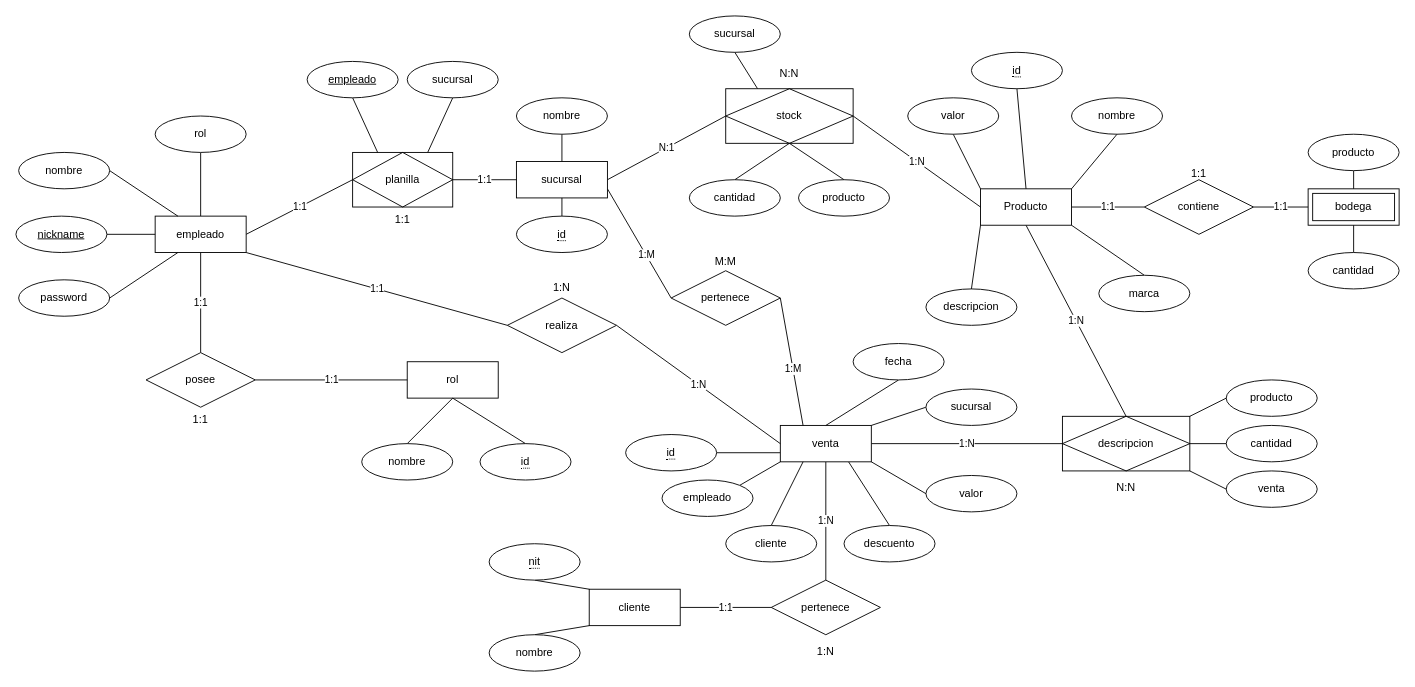
The draw.io diagram recursos_desarollo/entidad_relacion/proyecto1.drawio in cresb-49/PROYECTO1_ARCHIVOS, before the edit. Source tidied: cells renumbered, new cells numbered last; positions are measured from the earlier drawing's top-left corner, leaving out a move shared by most shapes. Both pictures are drawn from the tidied source at 91%, with x=0, y=0 at pixel (15, 15).
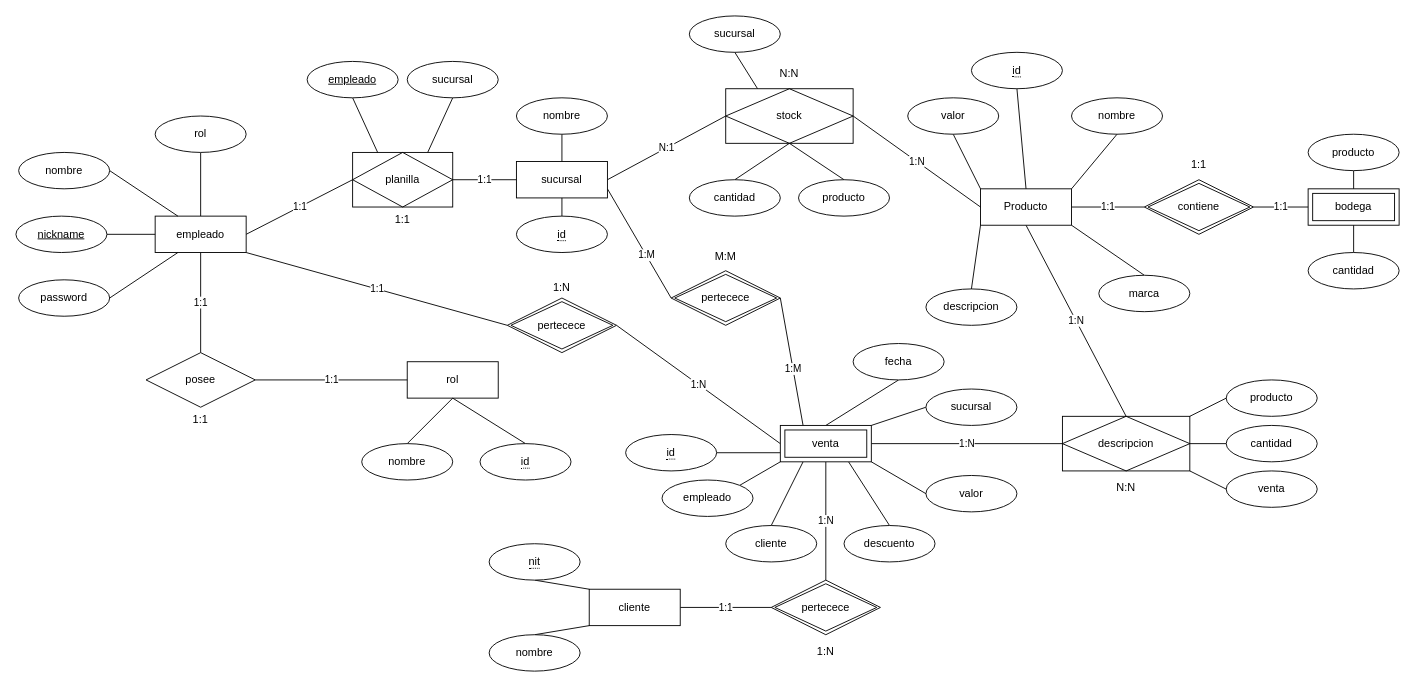
The same diagram, later.

Commit message:
diagrama entidad relacion

The change refers to these unchanged cells:
```xml
<mxCell id="5" value="sucursal" style="whiteSpace=wrap;html=1;align=center;" parent="1" vertex="1">
  <mxGeometry x="550" y="160" width="100" height="40" as="geometry" />
</mxCell>
<mxCell id="15" value="Producto" style="whiteSpace=wrap;html=1;align=center;" parent="1" vertex="1">
  <mxGeometry x="1060" y="190" width="100" height="40" as="geometry" />
</mxCell>
<mxCell id="29" value="bodega" style="shape=ext;margin=3;double=1;whiteSpace=wrap;html=1;align=center;" parent="1" vertex="1">
  <mxGeometry x="1420" y="190" width="100" height="40" as="geometry" />
</mxCell>
<mxCell id="38" value="cliente" style="whiteSpace=wrap;html=1;align=center;" parent="1" vertex="1">
  <mxGeometry x="630" y="630" width="100" height="40" as="geometry" />
</mxCell>
<mxCell id="46" value="empleado" style="whiteSpace=wrap;html=1;align=center;" parent="1" vertex="1">
  <mxGeometry x="153" y="220" width="100" height="40" as="geometry" />
</mxCell>
<mxCell id="68" value="&lt;span style=&quot;border-bottom: 1px dotted&quot;&gt;id&lt;br&gt;&lt;/span&gt;" style="ellipse;whiteSpace=wrap;html=1;align=center;" parent="1" vertex="1">
  <mxGeometry x="670" y="460" width="100" height="40" as="geometry" />
</mxCell>
<mxCell id="69" value="empleado" style="ellipse;whiteSpace=wrap;html=1;align=center;" parent="1" vertex="1">
  <mxGeometry x="710" y="510" width="100" height="40" as="geometry" />
</mxCell>
<mxCell id="70" value="descuento" style="ellipse;whiteSpace=wrap;html=1;align=center;" parent="1" vertex="1">
  <mxGeometry x="910" y="560" width="100" height="40" as="geometry" />
</mxCell>
<mxCell id="75" value="descripcion" style="shape=associativeEntity;whiteSpace=wrap;html=1;align=center;" parent="1" vertex="1">
  <mxGeometry x="1150" y="440" width="140" height="60" as="geometry" />
</mxCell>
<mxCell id="93" value="fecha" style="ellipse;whiteSpace=wrap;html=1;align=center;" parent="1" vertex="1">
  <mxGeometry x="920" y="360" width="100" height="40" as="geometry" />
</mxCell>
<mxCell id="95" value="cliente" style="ellipse;whiteSpace=wrap;html=1;align=center;" parent="1" vertex="1">
  <mxGeometry x="780" y="560" width="100" height="40" as="geometry" />
</mxCell>
<mxCell id="101" value="sucursal" style="ellipse;whiteSpace=wrap;html=1;align=center;" parent="1" vertex="1">
  <mxGeometry x="1000" y="410" width="100" height="40" as="geometry" />
</mxCell>
<mxCell id="102" value="valor" style="ellipse;whiteSpace=wrap;html=1;align=center;" parent="1" vertex="1">
  <mxGeometry x="1000" y="505" width="100" height="40" as="geometry" />
</mxCell>
```

The edit, as a diff of the source:
```diff
@@
-    <mxCell id="3" style="rounded=0;jettySize=auto;html=1;exitX=1;exitY=0.75;exitDx=0;exitDy=0;entryX=0;entryY=0.5;entryDx=0;entryDy=0;endArrow=none;endFill=0;" parent="1" edge="1" source="5" target="105">
-      <mxGeometry relative="1" as="geometry" />
+    <mxCell id="3" style="rounded=0;jettySize=auto;html=1;exitX=1;exitY=0.75;exitDx=0;exitDy=0;entryX=0;entryY=0.5;entryDx=0;entryDy=0;endArrow=none;endFill=0;" parent="1" edge="1" source="5">
+      <mxGeometry relative="1" as="geometry">
+        <mxPoint x="720" y="310" as="targetPoint" />
+      </mxGeometry>
     </mxCell>
@@
-    <mxCell id="13" value="1:1" style="edgeStyle=none;rounded=0;jettySize=auto;html=1;exitX=1;exitY=0.5;exitDx=0;exitDy=0;entryX=0;entryY=0.5;entryDx=0;entryDy=0;endArrow=none;endFill=0;" parent="1" edge="1" source="15" target="35">
-      <mxGeometry relative="1" as="geometry" />
+    <mxCell id="13" value="1:1" style="edgeStyle=none;rounded=0;jettySize=auto;html=1;exitX=1;exitY=0.5;exitDx=0;exitDy=0;entryX=0;entryY=0.5;entryDx=0;entryDy=0;endArrow=none;endFill=0;" parent="1" edge="1" source="15">
+      <mxGeometry relative="1" as="geometry">
+        <mxPoint x="1240" y="210" as="targetPoint" />
+      </mxGeometry>
     </mxCell>
@@
-    <mxCell id="34" value="1:1" style="edgeStyle=none;rounded=0;jettySize=auto;html=1;exitX=1;exitY=0.5;exitDx=0;exitDy=0;entryX=0;entryY=0.5;entryDx=0;entryDy=0;endArrow=none;endFill=0;" parent="1" edge="1" source="35" target="29">
-      <mxGeometry relative="1" as="geometry" />
+    <mxCell id="34" value="1:1" style="edgeStyle=none;rounded=0;jettySize=auto;html=1;exitX=1;exitY=0.5;exitDx=0;exitDy=0;entryX=0;entryY=0.5;entryDx=0;entryDy=0;endArrow=none;endFill=0;" parent="1" edge="1" target="29">
+      <mxGeometry relative="1" as="geometry">
+        <mxPoint x="1360" y="210" as="sourcePoint" />
+      </mxGeometry>
     </mxCell>
-    <mxCell id="35" value="contiene" style="shape=rhombus;perimeter=rhombusPerimeter;whiteSpace=wrap;html=1;align=center;" parent="1" vertex="1">
-      <mxGeometry x="1240" y="180" width="120" height="60" as="geometry" />
-    </mxCell>
@@
-    <mxCell id="37" value="1:1" style="edgeStyle=none;rounded=0;jettySize=auto;html=1;exitX=1;exitY=0.5;exitDx=0;exitDy=0;entryX=0;entryY=0.5;entryDx=0;entryDy=0;endArrow=none;endFill=0;" parent="1" edge="1" source="38" target="76">
-      <mxGeometry relative="1" as="geometry" />
+    <mxCell id="37" value="1:1" style="edgeStyle=none;rounded=0;jettySize=auto;html=1;exitX=1;exitY=0.5;exitDx=0;exitDy=0;entryX=0;entryY=0.5;entryDx=0;entryDy=0;endArrow=none;endFill=0;" parent="1" edge="1" source="38">
+      <mxGeometry relative="1" as="geometry">
+        <mxPoint x="830" y="650" as="targetPoint" />
+      </mxGeometry>
     </mxCell>
@@
-    <mxCell id="45" value="1:1" style="edgeStyle=none;rounded=0;jettySize=auto;html=1;exitX=1;exitY=1;exitDx=0;exitDy=0;entryX=0;entryY=0.5;entryDx=0;entryDy=0;endArrow=none;endFill=0;" parent="1" edge="1" source="46" target="72">
-      <mxGeometry relative="1" as="geometry" />
+    <mxCell id="45" value="1:1" style="edgeStyle=none;rounded=0;jettySize=auto;html=1;exitX=1;exitY=1;exitDx=0;exitDy=0;entryX=0;entryY=0.5;entryDx=0;entryDy=0;endArrow=none;endFill=0;" parent="1" edge="1" source="46">
+      <mxGeometry relative="1" as="geometry">
+        <mxPoint x="540" y="340" as="targetPoint" />
+      </mxGeometry>
     </mxCell>
@@
-    <mxCell id="60" style="edgeStyle=none;rounded=0;jettySize=auto;html=1;exitX=0;exitY=0.75;exitDx=0;exitDy=0;entryX=1;entryY=0.5;entryDx=0;entryDy=0;endArrow=none;endFill=0;" parent="1" edge="1" source="67" target="68">
-      <mxGeometry relative="1" as="geometry" />
+    <mxCell id="60" style="edgeStyle=none;rounded=0;jettySize=auto;html=1;exitX=0;exitY=0.75;exitDx=0;exitDy=0;entryX=1;entryY=0.5;entryDx=0;entryDy=0;endArrow=none;endFill=0;" parent="1" edge="1" target="68">
+      <mxGeometry relative="1" as="geometry">
+        <mxPoint x="840" y="480" as="sourcePoint" />
+      </mxGeometry>
     </mxCell>
-    <mxCell id="61" style="edgeStyle=none;rounded=0;jettySize=auto;html=1;exitX=0;exitY=1;exitDx=0;exitDy=0;entryX=1;entryY=0;entryDx=0;entryDy=0;endArrow=none;endFill=0;" parent="1" edge="1" source="67" target="69">
-      <mxGeometry relative="1" as="geometry" />
+    <mxCell id="61" style="edgeStyle=none;rounded=0;jettySize=auto;html=1;exitX=0;exitY=1;exitDx=0;exitDy=0;entryX=1;entryY=0;entryDx=0;entryDy=0;endArrow=none;endFill=0;" parent="1" edge="1" target="69">
+      <mxGeometry relative="1" as="geometry">
+        <mxPoint x="840" y="490" as="sourcePoint" />
+      </mxGeometry>
     </mxCell>
-    <mxCell id="62" style="edgeStyle=none;rounded=0;jettySize=auto;html=1;exitX=0.75;exitY=1;exitDx=0;exitDy=0;entryX=0.5;entryY=0;entryDx=0;entryDy=0;endArrow=none;endFill=0;" parent="1" edge="1" source="67" target="70">
-      <mxGeometry relative="1" as="geometry" />
+    <mxCell id="62" style="edgeStyle=none;rounded=0;jettySize=auto;html=1;exitX=0.75;exitY=1;exitDx=0;exitDy=0;entryX=0.5;entryY=0;entryDx=0;entryDy=0;endArrow=none;endFill=0;" parent="1" edge="1" target="70">
+      <mxGeometry relative="1" as="geometry">
+        <mxPoint x="915" y="490" as="sourcePoint" />
+      </mxGeometry>
     </mxCell>
-    <mxCell id="63" value="1:N" style="edgeStyle=none;rounded=0;jettySize=auto;html=1;exitX=1;exitY=0.5;exitDx=0;exitDy=0;entryX=0;entryY=0.5;entryDx=0;entryDy=0;endArrow=none;endFill=0;" parent="1" edge="1" source="67" target="75">
-      <mxGeometry relative="1" as="geometry" />
+    <mxCell id="63" value="1:N" style="edgeStyle=none;rounded=0;jettySize=auto;html=1;exitX=1;exitY=0.5;exitDx=0;exitDy=0;entryX=0;entryY=0.5;entryDx=0;entryDy=0;endArrow=none;endFill=0;" parent="1" edge="1" target="75">
+      <mxGeometry relative="1" as="geometry">
+        <mxPoint x="940" y="470" as="sourcePoint" />
+      </mxGeometry>
     </mxCell>
-    <mxCell id="64" value="1:N" style="edgeStyle=none;rounded=0;jettySize=auto;html=1;exitX=0.5;exitY=1;exitDx=0;exitDy=0;entryX=0.5;entryY=0;entryDx=0;entryDy=0;endArrow=none;endFill=0;" parent="1" edge="1" source="67" target="76">
-      <mxGeometry relative="1" as="geometry" />
+    <mxCell id="64" value="1:N" style="edgeStyle=none;rounded=0;orthogonalLoop=1;jettySize=auto;html=1;exitX=0.5;exitY=1;exitDx=0;exitDy=0;entryX=0.5;entryY=0;entryDx=0;entryDy=0;endArrow=none;endFill=0;" parent="1" edge="1">
+      <mxGeometry relative="1" as="geometry">
+        <mxPoint x="890" y="490" as="sourcePoint" />
+        <mxPoint x="890" y="620" as="targetPoint" />
+      </mxGeometry>
     </mxCell>
-    <mxCell id="65" style="rounded=0;jettySize=auto;html=1;exitX=1;exitY=0;exitDx=0;exitDy=0;entryX=0;entryY=0.5;entryDx=0;entryDy=0;endArrow=none;endFill=0;" parent="1" edge="1" source="67" target="101">
-      <mxGeometry relative="1" as="geometry" />
+    <mxCell id="65" style="rounded=0;jettySize=auto;html=1;exitX=1;exitY=0;exitDx=0;exitDy=0;entryX=0;entryY=0.5;entryDx=0;entryDy=0;endArrow=none;endFill=0;" parent="1" edge="1" target="101">
+      <mxGeometry relative="1" as="geometry">
+        <mxPoint x="940" y="450" as="sourcePoint" />
+      </mxGeometry>
     </mxCell>
-    <mxCell id="66" style="rounded=0;jettySize=auto;html=1;exitX=1;exitY=1;exitDx=0;exitDy=0;entryX=0;entryY=0.5;entryDx=0;entryDy=0;endArrow=none;endFill=0;" parent="1" edge="1" source="67" target="102">
-      <mxGeometry relative="1" as="geometry" />
+    <mxCell id="66" style="rounded=0;jettySize=auto;html=1;exitX=1;exitY=1;exitDx=0;exitDy=0;entryX=0;entryY=0.5;entryDx=0;entryDy=0;endArrow=none;endFill=0;" parent="1" edge="1" target="102">
+      <mxGeometry relative="1" as="geometry">
+        <mxPoint x="940" y="490" as="sourcePoint" />
+      </mxGeometry>
     </mxCell>
-    <mxCell id="67" value="venta" style="whiteSpace=wrap;html=1;align=center;" parent="1" vertex="1">
-      <mxGeometry x="840" y="450" width="100" height="40" as="geometry" />
-    </mxCell>
@@
-    <mxCell id="71" value="1:N" style="edgeStyle=none;rounded=0;jettySize=auto;html=1;exitX=1;exitY=0.5;exitDx=0;exitDy=0;entryX=0;entryY=0.5;entryDx=0;entryDy=0;endArrow=none;endFill=0;" parent="1" edge="1" source="72" target="67">
-      <mxGeometry relative="1" as="geometry" />
+    <mxCell id="71" value="1:N" style="edgeStyle=none;rounded=0;orthogonalLoop=1;jettySize=auto;html=1;exitX=1;exitY=0.5;exitDx=0;exitDy=0;entryX=0;entryY=0.5;entryDx=0;entryDy=0;endArrow=none;endFill=0;" parent="1" edge="1">
+      <mxGeometry relative="1" as="geometry">
+        <mxPoint x="660" y="340" as="sourcePoint" />
+        <mxPoint x="840" y="470" as="targetPoint" />
+      </mxGeometry>
     </mxCell>
-    <mxCell id="72" value="realiza" style="shape=rhombus;perimeter=rhombusPerimeter;whiteSpace=wrap;html=1;align=center;" parent="1" vertex="1">
-      <mxGeometry x="540" y="310" width="120" height="60" as="geometry" />
-    </mxCell>
@@
-    <mxCell id="76" value="pertenece" style="shape=rhombus;perimeter=rhombusPerimeter;whiteSpace=wrap;html=1;align=center;" parent="1" vertex="1">
-      <mxGeometry x="830" y="620" width="120" height="60" as="geometry" />
-    </mxCell>
@@
     <mxCell id="87" value="1:1" style="text;strokeColor=none;fillColor=none;spacingLeft=4;spacingRight=4;overflow=hidden;fontSize=12;align=center;" parent="1" vertex="1">
-      <mxGeometry x="1285" y="160" width="30" height="60" as="geometry" />
+      <mxGeometry x="1285" y="150" width="30" height="60" as="geometry" />
     </mxCell>
@@
-    <mxCell id="92" style="edgeStyle=none;rounded=0;jettySize=auto;html=1;exitX=0.5;exitY=1;exitDx=0;exitDy=0;entryX=0.5;entryY=0;entryDx=0;entryDy=0;endArrow=none;endFill=0;" parent="1" edge="1" source="93" target="67">
-      <mxGeometry relative="1" as="geometry" />
+    <mxCell id="92" style="edgeStyle=none;rounded=0;jettySize=auto;html=1;exitX=0.5;exitY=1;exitDx=0;exitDy=0;entryX=0.5;entryY=0;entryDx=0;entryDy=0;endArrow=none;endFill=0;" parent="1" edge="1" source="93">
+      <mxGeometry relative="1" as="geometry">
+        <mxPoint x="890" y="450" as="targetPoint" />
+      </mxGeometry>
     </mxCell>
@@
-    <mxCell id="94" style="edgeStyle=none;rounded=0;jettySize=auto;html=1;exitX=0.5;exitY=0;exitDx=0;exitDy=0;entryX=0.25;entryY=1;entryDx=0;entryDy=0;endArrow=none;endFill=0;" parent="1" edge="1" source="95" target="67">
-      <mxGeometry relative="1" as="geometry" />
+    <mxCell id="94" style="edgeStyle=none;rounded=0;jettySize=auto;html=1;exitX=0.5;exitY=0;exitDx=0;exitDy=0;entryX=0.25;entryY=1;entryDx=0;entryDy=0;endArrow=none;endFill=0;" parent="1" edge="1" source="95">
+      <mxGeometry relative="1" as="geometry">
+        <mxPoint x="865" y="490" as="targetPoint" />
+      </mxGeometry>
     </mxCell>
@@
-    <mxCell id="103" style="rounded=0;jettySize=auto;html=1;exitX=1;exitY=0.5;exitDx=0;exitDy=0;entryX=0.25;entryY=0;entryDx=0;entryDy=0;endArrow=none;endFill=0;" parent="1" edge="1" source="105" target="67">
-      <mxGeometry relative="1" as="geometry" />
+    <mxCell id="103" style="rounded=0;orthogonalLoop=1;jettySize=auto;html=1;exitX=1;exitY=0.5;exitDx=0;exitDy=0;entryX=0.25;entryY=0;entryDx=0;entryDy=0;endArrow=none;endFill=0;" parent="1" edge="1">
+      <mxGeometry relative="1" as="geometry">
+        <mxPoint x="840" y="310" as="sourcePoint" />
+        <mxPoint x="865" y="450" as="targetPoint" />
+      </mxGeometry>
     </mxCell>
@@
-    <mxCell id="105" value="pertenece" style="shape=rhombus;perimeter=rhombusPerimeter;whiteSpace=wrap;html=1;align=center;" parent="1" vertex="1">
-      <mxGeometry x="720" y="280" width="120" height="60" as="geometry" />
-    </mxCell>
     <mxCell id="106" value="M:M" style="text;html=1;strokeColor=none;fillColor=none;align=center;verticalAlign=middle;whiteSpace=wrap;rounded=0;" parent="1" vertex="1">
-      <mxGeometry x="750" y="255" width="60" height="30" as="geometry" />
+      <mxGeometry x="750" y="250" width="60" height="30" as="geometry" />
     </mxCell>
+    <mxCell id="67" value="venta" style="shape=ext;margin=3;double=1;whiteSpace=wrap;html=1;align=center;" parent="1" vertex="1">
+      <mxGeometry x="840" y="450" width="100" height="40" as="geometry" />
+    </mxCell>
+    <mxCell id="107" value="pertecece" style="shape=rhombus;double=1;perimeter=rhombusPerimeter;whiteSpace=wrap;html=1;align=center;" parent="1" vertex="1">
+      <mxGeometry x="720" y="280" width="120" height="60" as="geometry" />
+    </mxCell>
+    <mxCell id="35" value="contiene" style="shape=rhombus;double=1;perimeter=rhombusPerimeter;whiteSpace=wrap;html=1;align=center;" parent="1" vertex="1">
+      <mxGeometry x="1240" y="180" width="120" height="60" as="geometry" />
+    </mxCell>
+    <mxCell id="108" value="pertecece" style="shape=rhombus;double=1;perimeter=rhombusPerimeter;whiteSpace=wrap;html=1;align=center;" parent="1" vertex="1">
+      <mxGeometry x="830" y="620" width="120" height="60" as="geometry" />
+    </mxCell>
+    <mxCell id="109" value="pertecece" style="shape=rhombus;double=1;perimeter=rhombusPerimeter;whiteSpace=wrap;html=1;align=center;" parent="1" vertex="1">
+      <mxGeometry x="540" y="310" width="120" height="60" as="geometry" />
+    </mxCell>
```
